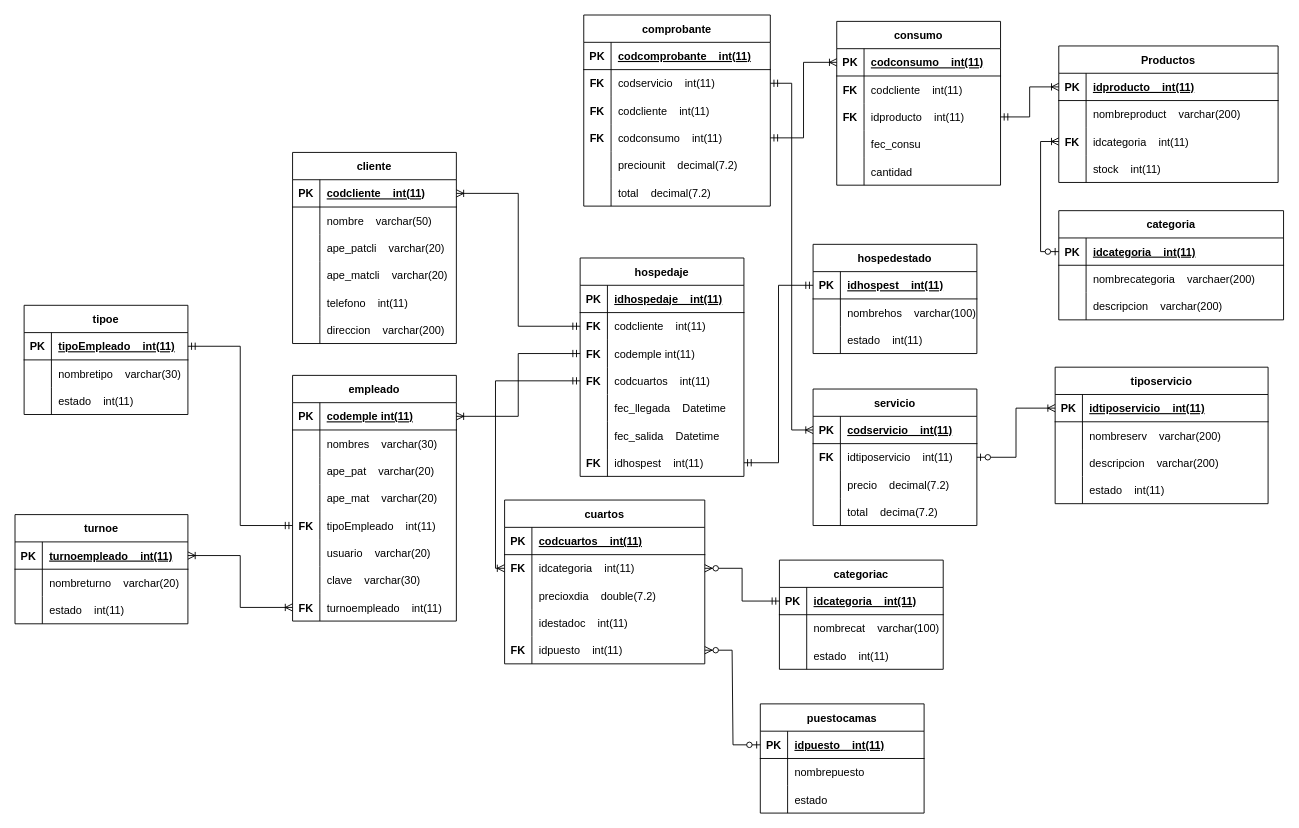
The draw.io diagram DER_Hotel.drawio in josdahuqui1992/SistemaHoteleria, before the edit. Source tidied: cells renumbered, new cells numbered last; positions are measured from the earlier drawing's top-left corner, leaving out a move shared by most shapes. Both pictures are drawn from the tidied source at 91%, with x=0, y=0 at pixel (15, 15).
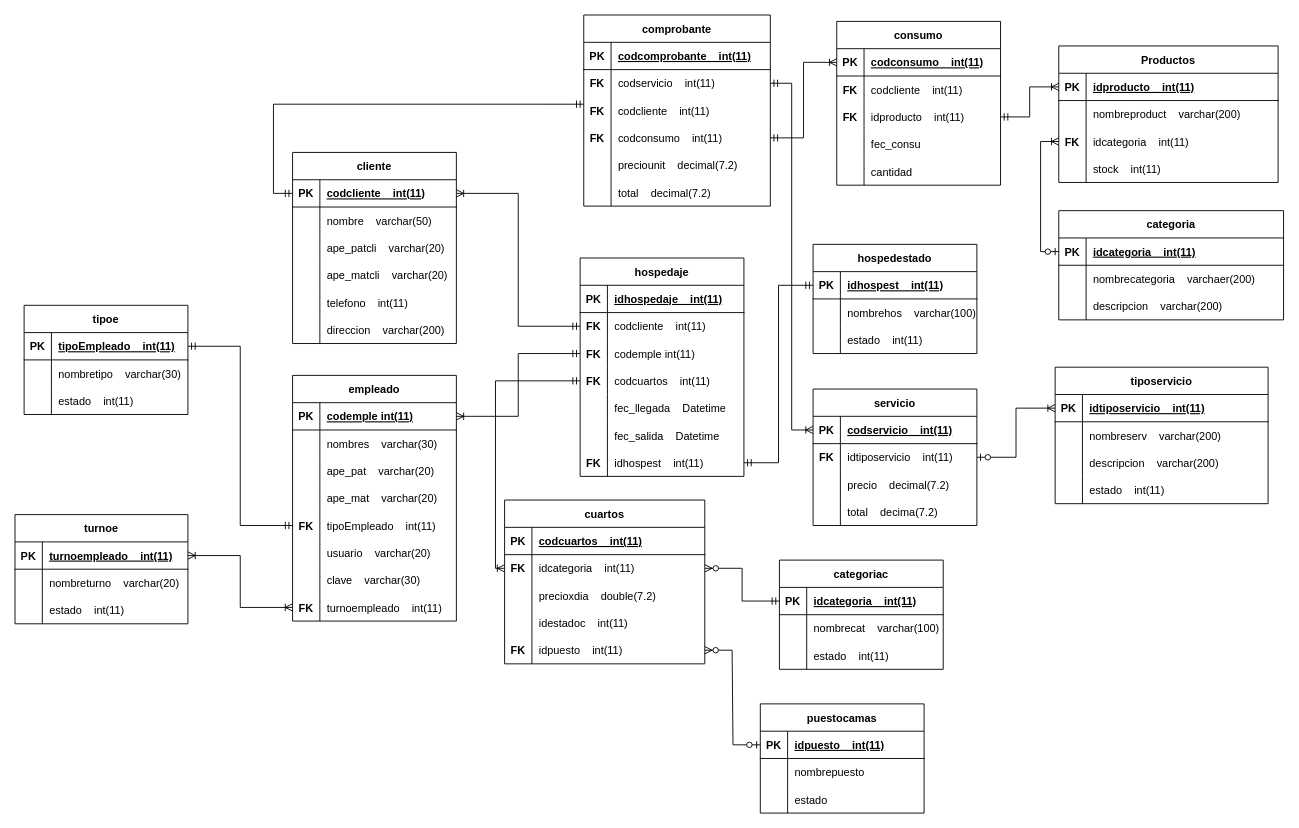
Above is the later version.

The change refers to these unchanged cells:
```xml
<mxCell id="49" style="shape=tableRow;horizontal=0;startSize=0;swimlaneHead=0;swimlaneBody=0;fillColor=none;points=[[0,0.5],[1,0.5]];portConstraint=eastwest;top=0;left=0;right=0;bottom=1;" parent="48" vertex="1">
  <mxGeometry y="30" width="180" height="30" as="geometry" />
</mxCell>
<mxCell id="162" style="shape=tableRow;horizontal=0;startSize=0;swimlaneHead=0;swimlaneBody=0;fillColor=none;points=[[0,0.5],[1,0.5]];portConstraint=eastwest;top=0;left=0;right=0;bottom=0;" parent="155" vertex="1">
  <mxGeometry y="90" width="205" height="30" as="geometry" />
</mxCell>
```

Diff of the diagram source:
```diff
@@
+    <mxCell id="231" style="edgeStyle=orthogonalEdgeStyle;fontSize=12;html=1;endArrow=ERmandOne;startArrow=ERmandOne;rounded=0;exitX=0;exitY=0.5;exitDx=0;exitDy=0;entryX=0;entryY=0.267;entryDx=0;entryDy=0;entryPerimeter=0;" parent="1" edge="1" source="49" target="162">
+      <mxGeometry relative="1" as="geometry">
+        <Array as="points">
+          <mxPoint x="284" y="196" />
+          <mxPoint x="284" y="98" />
+        </Array>
+      </mxGeometry>
+    </mxCell>
```
